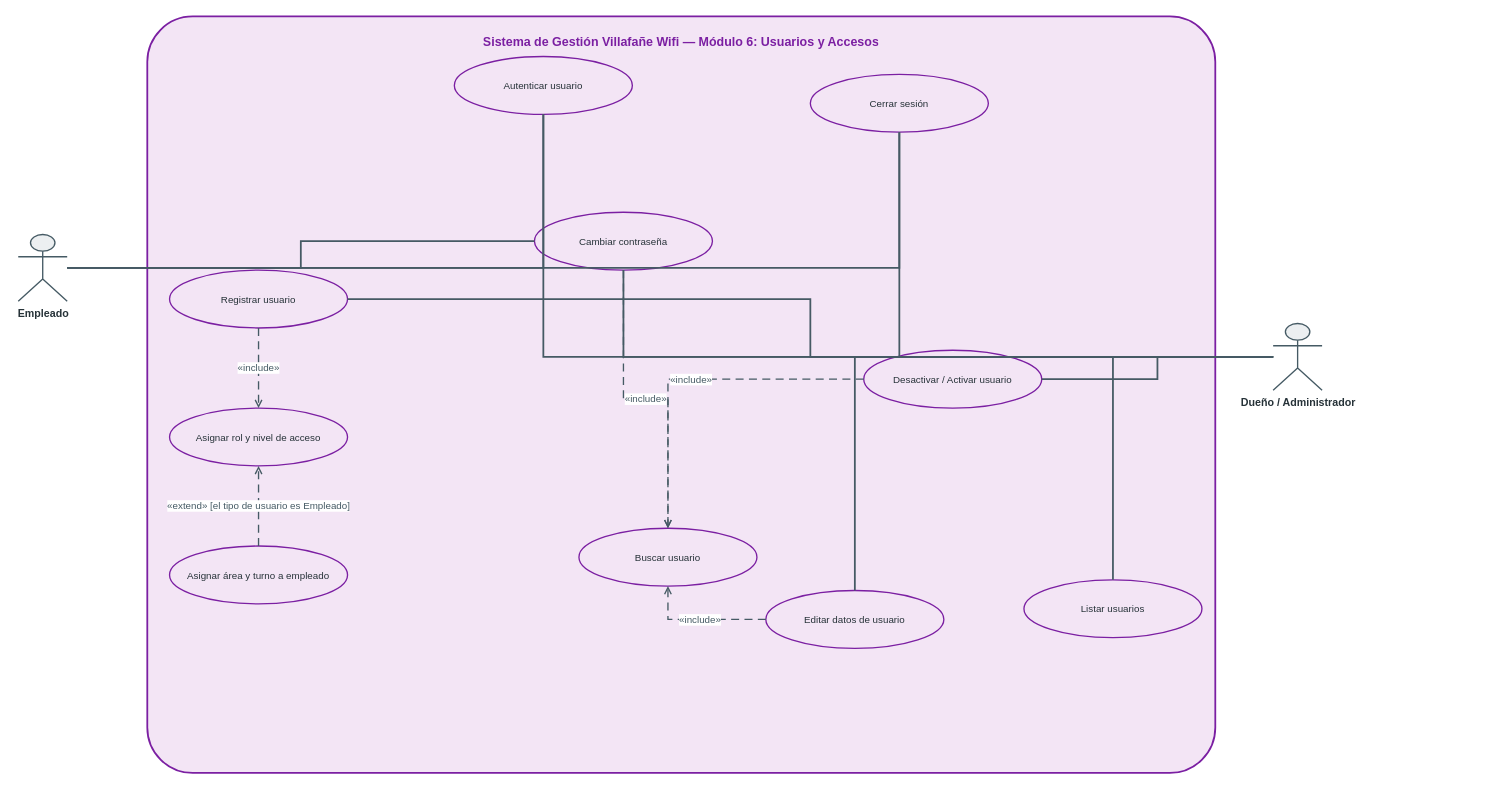
Ukiluli11/VillafaneWifi-Gestion-y-atencion keeps this draw.io diagram as Diagramas/Diagrama de Caso de Uso Modulo 6.drawio. Above is the earlier version. Source tidied: cells renumbered, new cells numbered last; positions are measured from the earlier drawing's top-left corner, leaving out a move shared by most shapes. Both pictures are drawn from the tidied source at 89%, with x=0, y=0 at pixel (18, 16).
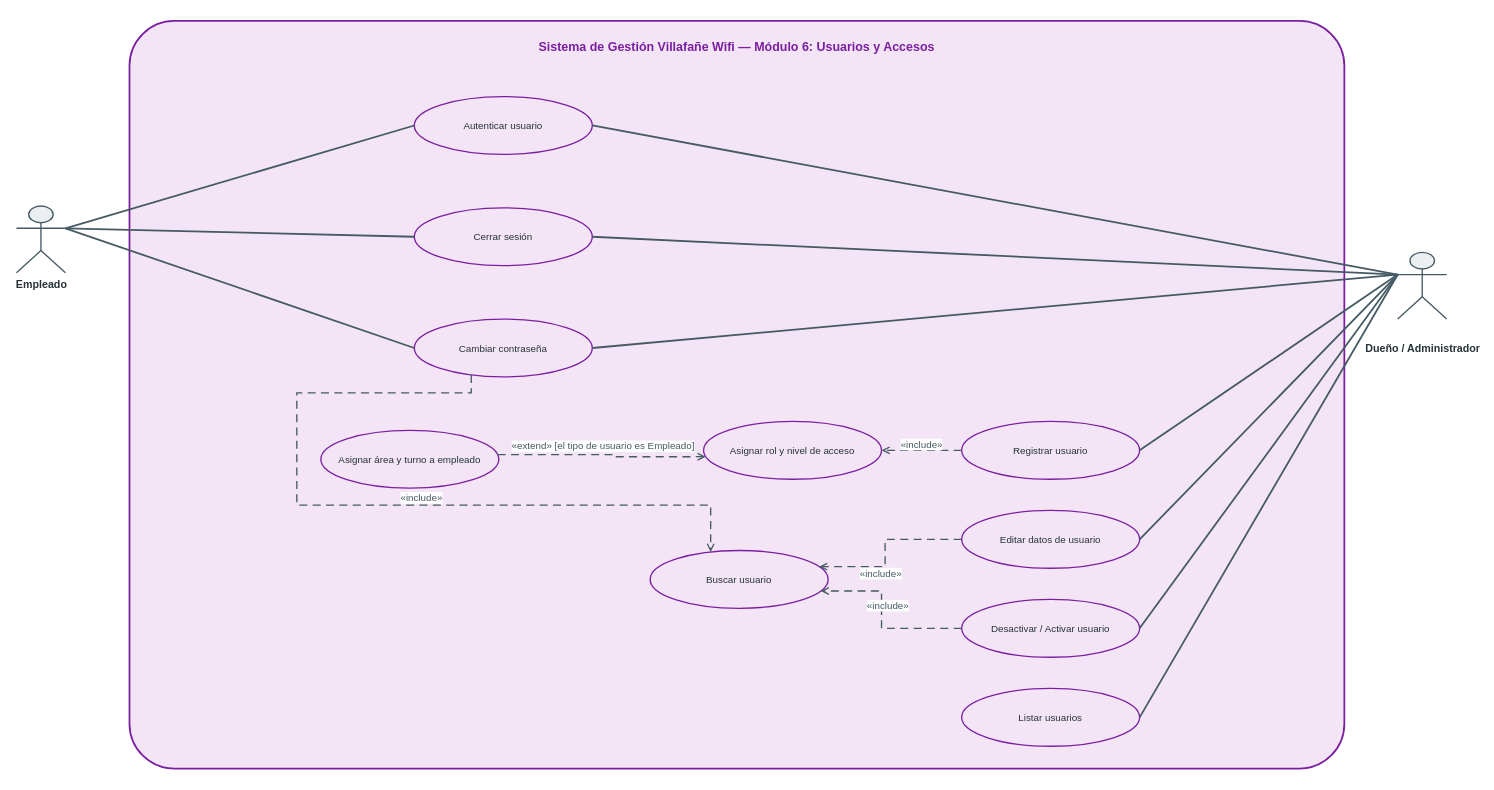
The same diagram, later.

The edit, as a diff of the source:
```diff
@@
     <mxCell id="2" value="Sistema de Gestión Villafañe Wifi — Módulo 6: Usuarios y Accesos" style="text;html=1;strokeColor=#7B1FA2;fillColor=#F3E5F5;align=center;verticalAlign=top;whiteSpace=wrap;overflow=hidden;fontStyle=1;fontSize=14;fontColor=#7B1FA2;rounded=1;arcSize=6;strokeWidth=2;spacingTop=14;" parent="1" vertex="1">
-      <mxGeometry x="145" width="1200" height="850" as="geometry" />
+      <mxGeometry x="125" y="5" width="1365" height="840" as="geometry" />
     </mxCell>
     <mxCell id="3" value="Autenticar usuario" style="ellipse;whiteSpace=wrap;html=1;fontSize=11;strokeWidth=1.5;fillColor=#F3E5F5;strokeColor=#7B1FA2;fontColor=#263238;" parent="1" vertex="1">
-      <mxGeometry x="490" y="45" width="200" height="65" as="geometry" />
+      <mxGeometry x="445" y="90" width="200" height="65" as="geometry" />
     </mxCell>
     <mxCell id="4" value="Cerrar sesión" style="ellipse;whiteSpace=wrap;html=1;fontSize=11;strokeWidth=1.5;fillColor=#F3E5F5;strokeColor=#7B1FA2;fontColor=#263238;" parent="1" vertex="1">
-      <mxGeometry x="890" y="65" width="200" height="65" as="geometry" />
+      <mxGeometry x="445" y="215" width="200" height="65" as="geometry" />
     </mxCell>
     <mxCell id="5" value="Registrar usuario" style="ellipse;whiteSpace=wrap;html=1;fontSize=11;strokeWidth=1.5;fillColor=#F3E5F5;strokeColor=#7B1FA2;fontColor=#263238;" parent="1" vertex="1">
-      <mxGeometry x="170" y="285" width="200" height="65" as="geometry" />
+      <mxGeometry x="1060" y="455" width="200" height="65" as="geometry" />
     </mxCell>
     <mxCell id="6" value="Editar datos de usuario" style="ellipse;whiteSpace=wrap;html=1;fontSize=11;strokeWidth=1.5;fillColor=#F3E5F5;strokeColor=#7B1FA2;fontColor=#263238;" parent="1" vertex="1">
-      <mxGeometry x="840" y="645" width="200" height="65" as="geometry" />
+      <mxGeometry x="1060" y="555" width="200" height="65" as="geometry" />
     </mxCell>
     <mxCell id="7" value="Listar usuarios" style="ellipse;whiteSpace=wrap;html=1;fontSize=11;strokeWidth=1.5;fillColor=#F3E5F5;strokeColor=#7B1FA2;fontColor=#263238;" parent="1" vertex="1">
-      <mxGeometry x="1130" y="633" width="200" height="65" as="geometry" />
+      <mxGeometry x="1060" y="755" width="200" height="65" as="geometry" />
     </mxCell>
     <mxCell id="8" value="Asignar rol y nivel de acceso" style="ellipse;whiteSpace=wrap;html=1;fontSize=11;strokeWidth=1.5;fillColor=#F3E5F5;strokeColor=#7B1FA2;fontColor=#263238;" parent="1" vertex="1">
-      <mxGeometry x="170" y="440" width="200" height="65" as="geometry" />
+      <mxGeometry x="770" y="455" width="200" height="65" as="geometry" />
     </mxCell>
     <mxCell id="9" value="Buscar usuario" style="ellipse;whiteSpace=wrap;html=1;fontSize=11;strokeWidth=1.5;fillColor=#F3E5F5;strokeColor=#7B1FA2;fontColor=#263238;" parent="1" vertex="1">
-      <mxGeometry x="630" y="575" width="200" height="65" as="geometry" />
+      <mxGeometry x="710" y="600" width="200" height="65" as="geometry" />
     </mxCell>
     <mxCell id="10" value="Desactivar / Activar usuario" style="ellipse;whiteSpace=wrap;html=1;fontSize=11;strokeWidth=1.5;fillColor=#F3E5F5;strokeColor=#7B1FA2;fontColor=#263238;" parent="1" vertex="1">
-      <mxGeometry x="950" y="375" width="200" height="65" as="geometry" />
+      <mxGeometry x="1060" y="655" width="200" height="65" as="geometry" />
     </mxCell>
     <mxCell id="11" value="Asignar área y turno a empleado" style="ellipse;whiteSpace=wrap;html=1;fontSize=11;strokeWidth=1.5;fillColor=#F3E5F5;strokeColor=#7B1FA2;fontColor=#263238;" parent="1" vertex="1">
-      <mxGeometry x="170" y="595" width="200" height="65" as="geometry" />
+      <mxGeometry x="340" y="465" width="200" height="65" as="geometry" />
     </mxCell>
     <mxCell id="12" value="Cambiar contraseña" style="ellipse;whiteSpace=wrap;html=1;fontSize=11;strokeWidth=1.5;fillColor=#F3E5F5;strokeColor=#7B1FA2;fontColor=#263238;" parent="1" vertex="1">
-      <mxGeometry x="580" y="220" width="200" height="65" as="geometry" />
+      <mxGeometry x="445" y="340" width="200" height="65" as="geometry" />
     </mxCell>
     <mxCell id="13" value="Empleado" style="shape=umlActor;verticalLabelPosition=bottom;verticalAlign=top;html=1;outlineConnect=0;strokeWidth=1.5;fillColor=#ECEFF1;strokeColor=#455A64;fontColor=#263238;fontStyle=1;fontSize=12;" parent="1" vertex="1">
-      <mxGeometry y="245" width="55" height="75" as="geometry" />
+      <mxGeometry x="-2" y="213" width="55" height="75" as="geometry" />
     </mxCell>
-    <mxCell id="14" value="Dueño / Administrador" style="shape=umlActor;verticalLabelPosition=bottom;verticalAlign=top;html=1;outlineConnect=0;strokeWidth=1.5;fillColor=#ECEFF1;strokeColor=#455A64;fontColor=#263238;fontStyle=1;fontSize=12;" parent="1" vertex="1">
-      <mxGeometry x="1410" y="345" width="55" height="75" as="geometry" />
+    <mxCell id="14" value="Dueño / Administrador" style="shape=umlActor;verticalLabelPosition=bottom;verticalAlign=top;html=1;outlineConnect=0;strokeWidth=1.5;fillColor=#ECEFF1;strokeColor=#455A64;fontColor=#263238;fontStyle=1;fontSize=12;spacingTop=20;" parent="1" vertex="1">
+      <mxGeometry x="1550" y="265" width="55" height="75" as="geometry" />
     </mxCell>
-    <mxCell id="15" style="edgeStyle=orthogonalEdgeStyle;rounded=0;jettySize=auto;html=1;endArrow=none;strokeWidth=2;strokeColor=#455A64;" parent="1" edge="1" source="13" target="3">
+    <mxCell id="15" style="rounded=0;html=1;endArrow=none;strokeWidth=2;strokeColor=#455A64;noEdgeStyle=1;jumpStyle=arc;jumpSize=9;exitPerimeter=0;entryPerimeter=0;exitX=1;exitY=0.3333;entryX=0;entryY=0.5;" parent="1" edge="1" source="13" target="3">
       <mxGeometry relative="1" as="geometry" />
     </mxCell>
-    <mxCell id="16" style="edgeStyle=orthogonalEdgeStyle;rounded=0;jettySize=auto;html=1;endArrow=none;strokeWidth=2;strokeColor=#455A64;" parent="1" edge="1" source="13" target="4">
+    <mxCell id="16" style="rounded=0;html=1;endArrow=none;strokeWidth=2;strokeColor=#455A64;noEdgeStyle=1;jumpStyle=arc;jumpSize=9;exitPerimeter=0;entryPerimeter=0;exitX=1;exitY=0.3333;entryX=0;entryY=0.5;" parent="1" edge="1" source="13" target="4">
       <mxGeometry relative="1" as="geometry" />
     </mxCell>
-    <mxCell id="17" style="edgeStyle=orthogonalEdgeStyle;rounded=0;jettySize=auto;html=1;endArrow=none;strokeWidth=2;strokeColor=#455A64;" parent="1" edge="1" source="13" target="12">
+    <mxCell id="17" style="rounded=0;html=1;endArrow=none;strokeWidth=2;strokeColor=#455A64;noEdgeStyle=1;jumpStyle=arc;jumpSize=9;exitPerimeter=0;entryPerimeter=0;exitX=1;exitY=0.3333;entryX=0;entryY=0.5;" parent="1" edge="1" source="13" target="12">
       <mxGeometry relative="1" as="geometry" />
     </mxCell>
-    <mxCell id="18" style="edgeStyle=orthogonalEdgeStyle;rounded=0;jettySize=auto;html=1;endArrow=none;strokeWidth=2;strokeColor=#455A64;" parent="1" edge="1" source="14" target="3">
+    <mxCell id="18" style="rounded=0;html=1;endArrow=none;strokeWidth=2;strokeColor=#455A64;noEdgeStyle=1;jumpStyle=arc;jumpSize=9;exitPerimeter=0;entryPerimeter=0;exitX=0;exitY=0.3333;entryX=1;entryY=0.5;" parent="1" edge="1" source="14" target="3">
       <mxGeometry relative="1" as="geometry" />
     </mxCell>
-    <mxCell id="19" style="edgeStyle=orthogonalEdgeStyle;rounded=0;jettySize=auto;html=1;endArrow=none;strokeWidth=2;strokeColor=#455A64;" parent="1" edge="1" source="14" target="4">
+    <mxCell id="19" style="rounded=0;html=1;endArrow=none;strokeWidth=2;strokeColor=#455A64;noEdgeStyle=1;jumpStyle=arc;jumpSize=9;exitPerimeter=0;entryPerimeter=0;exitX=0;exitY=0.3333;entryX=1;entryY=0.5;" parent="1" edge="1" source="14" target="4">
       <mxGeometry relative="1" as="geometry" />
     </mxCell>
-    <mxCell id="20" style="edgeStyle=orthogonalEdgeStyle;rounded=0;jettySize=auto;html=1;endArrow=none;strokeWidth=2;strokeColor=#455A64;" parent="1" edge="1" source="14" target="5">
+    <mxCell id="20" style="rounded=0;html=1;endArrow=none;strokeWidth=2;strokeColor=#455A64;noEdgeStyle=1;jumpStyle=arc;jumpSize=9;exitPerimeter=0;entryPerimeter=0;exitX=0;exitY=0.3333;entryX=1;entryY=0.5;" parent="1" edge="1" source="14" target="5">
       <mxGeometry relative="1" as="geometry" />
     </mxCell>
-    <mxCell id="21" style="edgeStyle=orthogonalEdgeStyle;rounded=0;jettySize=auto;html=1;endArrow=none;strokeWidth=2;strokeColor=#455A64;" parent="1" edge="1" source="14" target="6">
+    <mxCell id="21" style="rounded=0;html=1;endArrow=none;strokeWidth=2;strokeColor=#455A64;noEdgeStyle=1;jumpStyle=arc;jumpSize=9;exitPerimeter=0;entryPerimeter=0;exitX=0;exitY=0.3333;entryX=1;entryY=0.5;" parent="1" edge="1" source="14" target="6">
       <mxGeometry relative="1" as="geometry" />
     </mxCell>
-    <mxCell id="22" style="edgeStyle=orthogonalEdgeStyle;rounded=0;jettySize=auto;html=1;endArrow=none;strokeWidth=2;strokeColor=#455A64;" parent="1" edge="1" source="14" target="7">
+    <mxCell id="22" style="rounded=0;html=1;endArrow=none;strokeWidth=2;strokeColor=#455A64;noEdgeStyle=1;jumpStyle=arc;jumpSize=9;exitPerimeter=0;entryPerimeter=0;exitX=0;exitY=0.3333;entryX=1;entryY=0.5;" parent="1" edge="1" source="14" target="7">
       <mxGeometry relative="1" as="geometry" />
     </mxCell>
-    <mxCell id="23" style="edgeStyle=orthogonalEdgeStyle;rounded=0;jettySize=auto;html=1;endArrow=none;strokeWidth=2;strokeColor=#455A64;" parent="1" edge="1" source="14" target="10">
+    <mxCell id="23" style="rounded=0;html=1;endArrow=none;strokeWidth=2;strokeColor=#455A64;noEdgeStyle=1;jumpStyle=arc;jumpSize=9;exitPerimeter=0;entryPerimeter=0;exitX=0;exitY=0.3333;entryX=1;entryY=0.5;" parent="1" edge="1" source="14" target="10">
       <mxGeometry relative="1" as="geometry" />
     </mxCell>
-    <mxCell id="24" style="edgeStyle=orthogonalEdgeStyle;rounded=0;jettySize=auto;html=1;endArrow=none;strokeWidth=2;strokeColor=#455A64;" parent="1" edge="1" source="14" target="12">
+    <mxCell id="24" style="rounded=0;html=1;endArrow=none;strokeWidth=2;strokeColor=#455A64;noEdgeStyle=1;jumpStyle=arc;jumpSize=9;exitPerimeter=0;entryPerimeter=0;exitX=0;exitY=0.3333;entryX=1;entryY=0.5;" parent="1" edge="1" source="14" target="12">
       <mxGeometry relative="1" as="geometry" />
     </mxCell>
-    <mxCell id="25" value="«include»" style="edgeStyle=orthogonalEdgeStyle;rounded=0;html=1;dashed=1;dashPattern=6 4;endArrow=open;endFill=0;strokeWidth=1.5;fontSize=11;strokeColor=#455A64;fontColor=#455A64;" parent="1" edge="1" source="5" target="8">
-      <mxGeometry relative="1" as="geometry" />
+    <mxCell id="25" value="«include»" style="rounded=0;html=1;dashed=1;dashPattern=6 4;endArrow=open;endFill=0;strokeWidth=1.5;fontSize=11;strokeColor=#455A64;fontColor=#455A64;noEdgeStyle=1;jumpStyle=arc;jumpSize=9;exitPerimeter=0;entryPerimeter=0;exitX=0;exitY=0.5;entryX=1;entryY=0.5;" parent="1" edge="1" source="5" target="8">
+      <mxGeometry y="-7" relative="1" as="geometry" />
     </mxCell>
-    <mxCell id="26" value="«include»" style="edgeStyle=orthogonalEdgeStyle;rounded=0;html=1;dashed=1;dashPattern=6 4;endArrow=open;endFill=0;strokeWidth=1.5;fontSize=11;strokeColor=#455A64;fontColor=#455A64;" parent="1" edge="1" source="6" target="9">
-      <mxGeometry relative="1" as="geometry" />
+    <mxCell id="26" value="«include»" style="rounded=0;html=1;dashed=1;dashPattern=6 4;endArrow=open;endFill=0;strokeWidth=1.5;fontSize=11;strokeColor=#455A64;fontColor=#455A64;noEdgeStyle=1;jumpStyle=arc;jumpSize=9;exitPerimeter=0;entryPerimeter=0;exitX=0;exitY=0.5;entryX=0.949;entryY=0.28;" parent="1" edge="1" source="6" target="9">
+      <mxGeometry x="0.28" y="8" relative="1" as="geometry">
+        <Array as="points">
+          <mxPoint x="974" y="587.5" />
+          <mxPoint x="974" y="618.2" />
+        </Array>
+      </mxGeometry>
     </mxCell>
-    <mxCell id="27" value="«extend» [el tipo de usuario es Empleado]" style="edgeStyle=orthogonalEdgeStyle;rounded=0;html=1;dashed=1;dashPattern=6 4;endArrow=open;endFill=0;strokeWidth=1.5;fontSize=11;strokeColor=#455A64;fontColor=#455A64;" parent="1" edge="1" source="11" target="8">
-      <mxGeometry relative="1" as="geometry" />
+    <mxCell id="27" value="«extend» [el tipo de usuario es Empleado]" style="rounded=0;html=1;dashed=1;dashPattern=6 4;endArrow=open;endFill=0;strokeWidth=1.5;fontSize=11;strokeColor=#455A64;fontColor=#455A64;noEdgeStyle=1;jumpStyle=arc;jumpSize=9;exitPerimeter=0;entryPerimeter=0;exitX=0.9936;exitY=0.42;entryX=0.0123;entryY=0.61;" parent="1" edge="1" source="11" target="8">
+      <mxGeometry y="9" relative="1" as="geometry">
+        <Array as="points">
+          <mxPoint x="668" y="492.3" />
+          <mxPoint x="668" y="494.7" />
+        </Array>
+      </mxGeometry>
     </mxCell>
-    <mxCell id="28" value="«include»" style="edgeStyle=orthogonalEdgeStyle;rounded=0;html=1;dashed=1;dashPattern=6 4;endArrow=open;endFill=0;strokeWidth=1.5;fontSize=11;strokeColor=#455A64;fontColor=#455A64;" parent="1" edge="1" source="12" target="9">
-      <mxGeometry relative="1" as="geometry" />
+    <mxCell id="28" value="«include»" style="rounded=0;html=1;dashed=1;dashPattern=6 4;endArrow=open;endFill=0;strokeWidth=1.5;fontSize=11;strokeColor=#455A64;fontColor=#455A64;noEdgeStyle=1;jumpStyle=arc;jumpSize=9;exitPerimeter=0;entryPerimeter=0;exitX=0.32;exitY=0.9665;entryX=0.34;entryY=0.0263;" parent="1" edge="1" source="12" target="9">
+      <mxGeometry x="0.12" y="8" relative="1" as="geometry">
+        <Array as="points">
+          <mxPoint x="509" y="423" />
+          <mxPoint x="313" y="423" />
+          <mxPoint x="313" y="549" />
+          <mxPoint x="778" y="549" />
+        </Array>
+      </mxGeometry>
     </mxCell>
-    <mxCell id="29" value="«include»" style="edgeStyle=orthogonalEdgeStyle;rounded=0;html=1;dashed=1;dashPattern=6 4;endArrow=open;endFill=0;strokeWidth=1.5;fontSize=11;strokeColor=#455A64;fontColor=#455A64;" parent="1" edge="1" source="10" target="9">
-      <mxGeometry relative="1" as="geometry" />
+    <mxCell id="29" value="«include»" style="rounded=0;html=1;dashed=1;dashPattern=6 4;endArrow=open;endFill=0;strokeWidth=1.5;fontSize=11;strokeColor=#455A64;fontColor=#455A64;noEdgeStyle=1;jumpStyle=arc;jumpSize=9;exitPerimeter=0;entryPerimeter=0;exitX=0;exitY=0.5;entryX=0.9583;entryY=0.7;" parent="1" edge="1" source="10" target="9">
+      <mxGeometry x="0.16" y="-7" relative="1" as="geometry">
+        <Array as="points">
+          <mxPoint x="970" y="687.5" />
+          <mxPoint x="970" y="645.5" />
+        </Array>
+      </mxGeometry>
     </mxCell>
```
